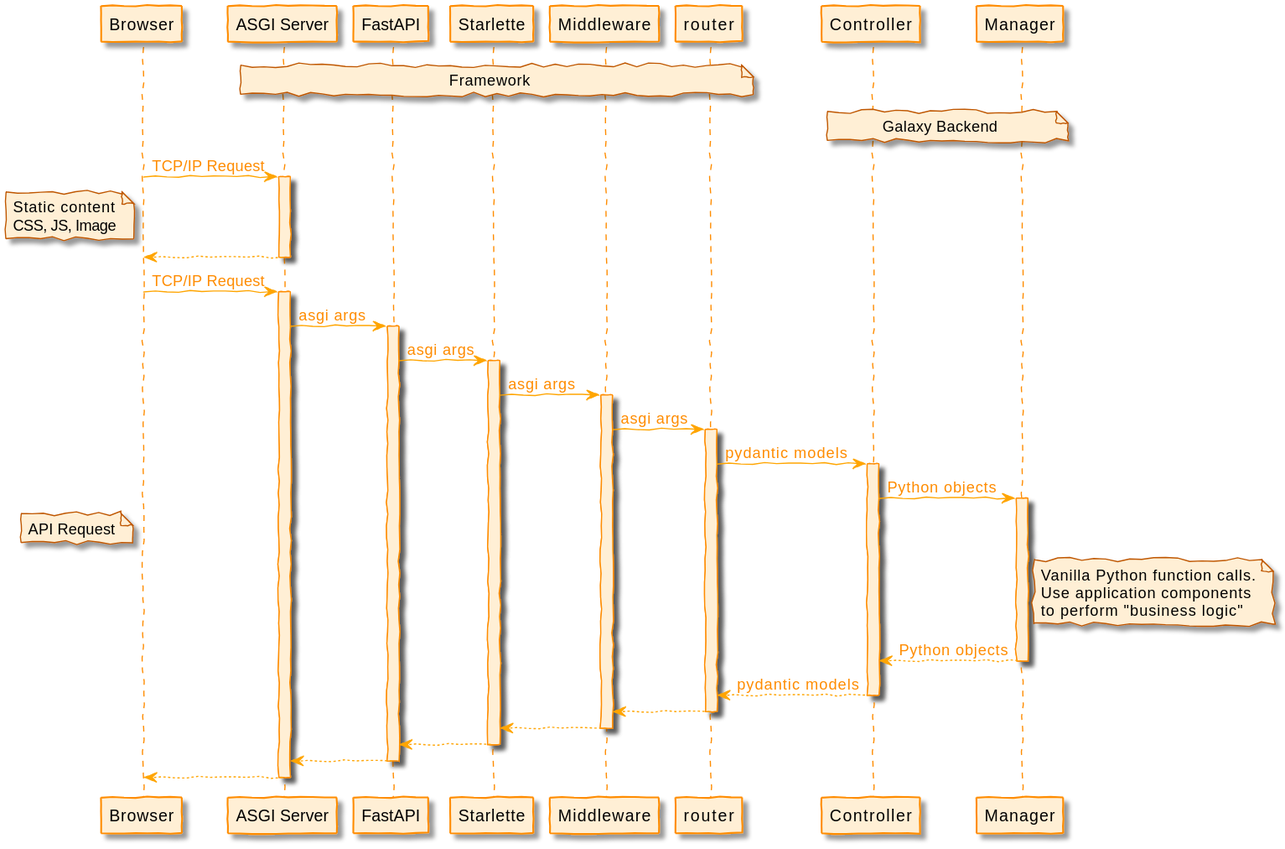
Earlier version of the PlantUML export topics/dev/images/asgi_app.plantuml.svg (pavanvidem/training-material).
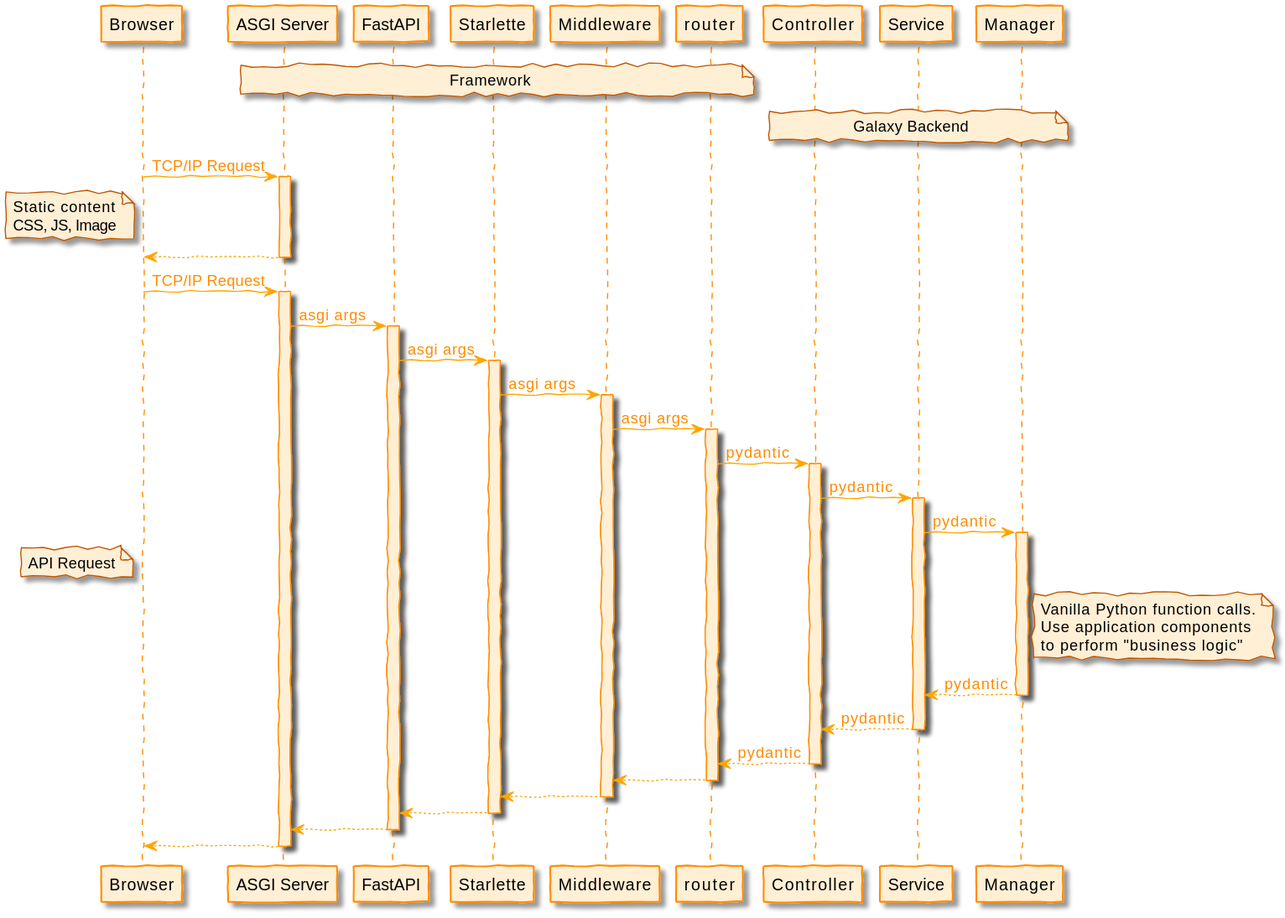
After the commit.

The edit, as a diff of the source:
```diff
@@ -8,6 +8,10 @@
 participant Starlette
 participant Middleware
 participant router
+
+participant Controller
+participant Service
+participant Manager
 
 note over "ASGI Server", router: Framework
 note over Controller, Manager: Galaxy Backend
@@ -32,18 +36,23 @@
 Middleware -> router: asgi args
 activate router
 
-router -> Controller: pydantic models
+router -> Controller: pydantic
 activate Controller
-Controller -> Manager: Python objects
+Controller -> Service: pydantic
+activate Service
+Service -> Manager: pydantic
 activate Manager
 
 note left of Browser: API Request
 note right of Manager: Vanilla Python function calls.\nUse application components\nto perform "business logic"
 
-Manager --> Controller: Python objects
+Manager --> Service: pydantic
 deactivate Manager
 
-Controller --> router: pydantic models
+Service --> Controller: pydantic
+deactivate Service
+
+Controller --> router: pydantic
 deactivate Controller
 
 router --> Middleware:
```
